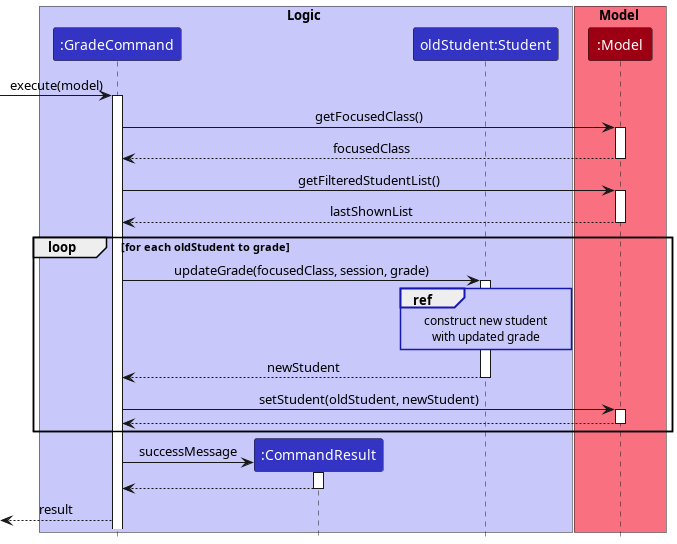
nus-cs2103-AY2223S1/tp keeps this PlantUML diagram as docs/images/GradeCommandSequenceDiagram.png. Above is the earlier version.
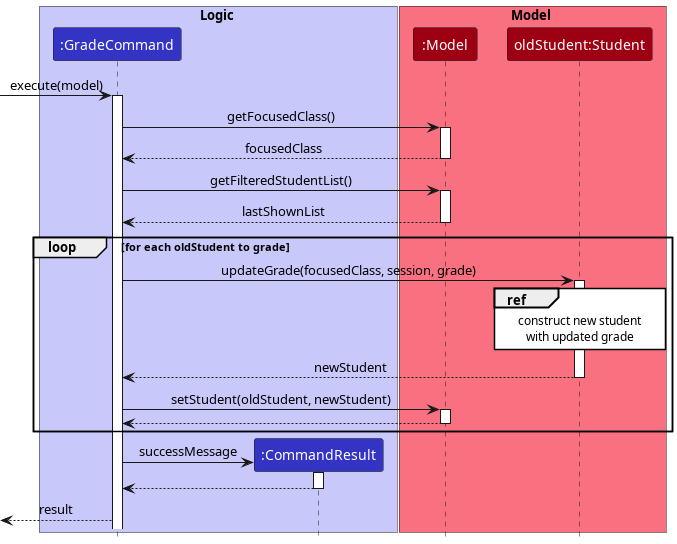
Later version of the same file.

Commit message:
DG: fix sequence diagrams of grade, view, assign

Diff of the diagram source:
```diff
@@ -4,11 +4,11 @@
 box Logic LOGIC_COLOR_T1
 participant ":GradeCommand" as GradeCommand LOGIC_COLOR
 participant ":CommandResult" as CommandResult LOGIC_COLOR
-participant "oldStudent:Student" as OldStudent LOGIC_COLOR
 end box
 
 box Model MODEL_COLOR_T1
 participant ":Model" as Model MODEL_COLOR
+participant "oldStudent:Student" as OldStudent MODEL_COLOR
 end box
 
 [-> GradeCommand: execute(model)
@@ -28,7 +28,7 @@
     GradeCommand -> OldStudent: updateGrade(focusedClass, session, grade)
     activate OldStudent
 
-    ref over OldStudent #fffff
+    ref over OldStudent
         construct new student
         with updated grade
     end ref
```
